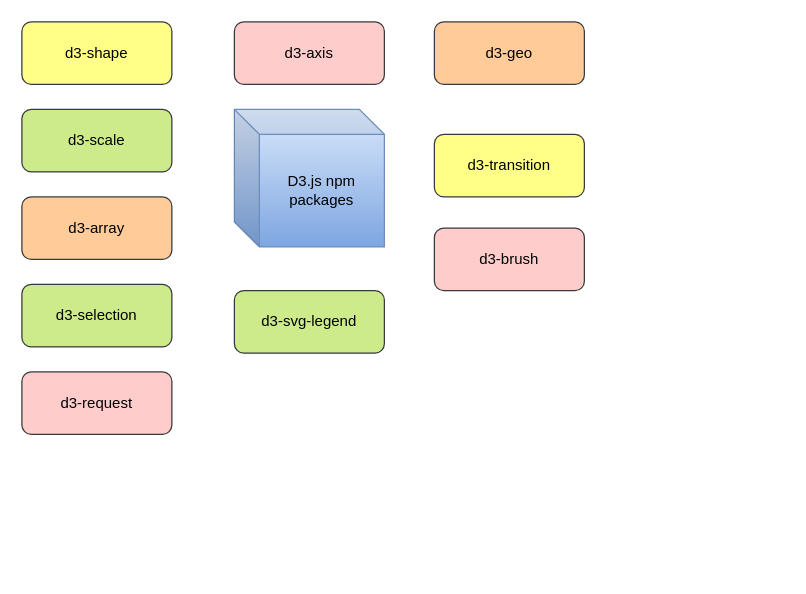
This is page "D3 Packages" (3 of 6) of My Articles/d3/D3 Understanding.drawio from anbarasan-raji/books, a draw.io file, before an edit. Source tidied: cells renumbered, new cells numbered last; positions are measured from the earlier drawing's top-left corner, leaving out a move shared by most shapes. Both pictures are drawn from the tidied source at 125%, with x=0, y=0 at pixel (21, 21).
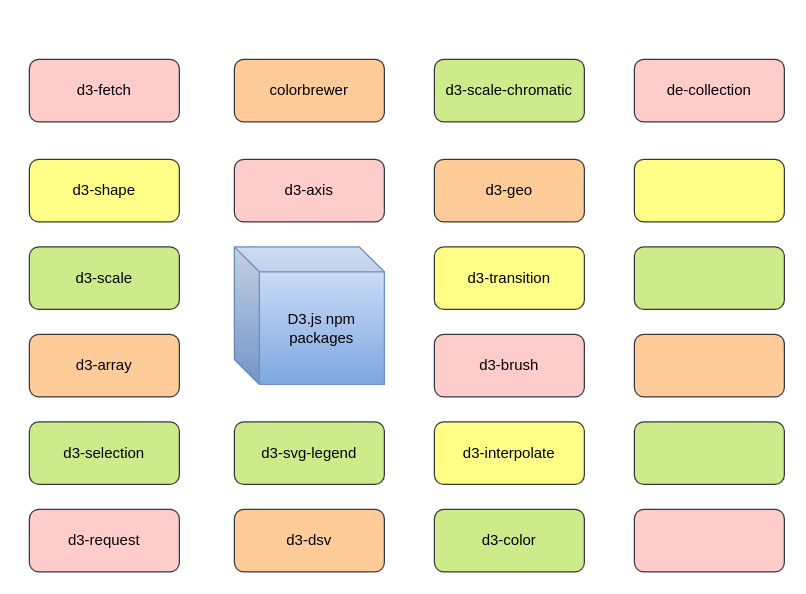
The same page after the edit.

What changed in the source:
```diff
@@
     <mxCell id="2" value="D3.js npm packages" style="shape=cube;whiteSpace=wrap;html=1;boundedLbl=1;backgroundOutline=1;darkOpacity=0.05;darkOpacity2=0.1;gradientColor=#7ea6e0;fillColor=#dae8fc;strokeColor=#6c8ebf;" parent="1" vertex="1">
-      <mxGeometry x="170" y="70" width="120" height="110" as="geometry" />
+      <mxGeometry x="170" y="180" width="120" height="110" as="geometry" />
     </mxCell>
     <mxCell id="3" value="d3-shape" style="rounded=1;whiteSpace=wrap;html=1;fillColor=#ffff88;strokeColor=#36393d;" parent="1" vertex="1">
-      <mxGeometry width="120" height="50" as="geometry" />
+      <mxGeometry x="6" y="110" width="120" height="50" as="geometry" />
     </mxCell>
     <mxCell id="4" value="d3-selection" style="rounded=1;whiteSpace=wrap;html=1;fillColor=#cdeb8b;strokeColor=#36393d;" parent="1" vertex="1">
-      <mxGeometry y="210" width="120" height="50" as="geometry" />
+      <mxGeometry x="6" y="320" width="120" height="50" as="geometry" />
     </mxCell>
     <mxCell id="5" value="d3-array" style="rounded=1;whiteSpace=wrap;html=1;fillColor=#ffcc99;strokeColor=#36393d;" parent="1" vertex="1">
-      <mxGeometry y="140" width="120" height="50" as="geometry" />
+      <mxGeometry x="6" y="250" width="120" height="50" as="geometry" />
     </mxCell>
     <mxCell id="6" value="d3-scale" style="rounded=1;whiteSpace=wrap;html=1;fillColor=#cdeb8b;strokeColor=#36393d;" parent="1" vertex="1">
-      <mxGeometry y="70" width="120" height="50" as="geometry" />
+      <mxGeometry x="6" y="180" width="120" height="50" as="geometry" />
     </mxCell>
     <mxCell id="7" value="d3-axis" style="rounded=1;whiteSpace=wrap;html=1;fillColor=#ffcccc;strokeColor=#36393d;" parent="1" vertex="1">
-      <mxGeometry x="170" width="120" height="50" as="geometry" />
+      <mxGeometry x="170" y="110" width="120" height="50" as="geometry" />
     </mxCell>
     <mxCell id="8" value="d3-brush" style="rounded=1;whiteSpace=wrap;html=1;fillColor=#ffcccc;strokeColor=#36393d;" parent="1" vertex="1">
-      <mxGeometry x="330" y="165" width="120" height="50" as="geometry" />
+      <mxGeometry x="330" y="250" width="120" height="50" as="geometry" />
     </mxCell>
     <mxCell id="9" value="d3-geo" style="rounded=1;whiteSpace=wrap;html=1;fillColor=#ffcc99;strokeColor=#36393d;" parent="1" vertex="1">
-      <mxGeometry x="330" width="120" height="50" as="geometry" />
+      <mxGeometry x="330" y="110" width="120" height="50" as="geometry" />
     </mxCell>
     <mxCell id="10" value="d3-transition" style="rounded=1;whiteSpace=wrap;html=1;fillColor=#ffff88;strokeColor=#36393d;" parent="1" vertex="1">
-      <mxGeometry x="330" y="90" width="120" height="50" as="geometry" />
+      <mxGeometry x="330" y="180" width="120" height="50" as="geometry" />
     </mxCell>
     <mxCell id="11" value="d3-svg-legend" style="rounded=1;whiteSpace=wrap;html=1;fillColor=#cdeb8b;strokeColor=#36393d;" parent="1" vertex="1">
-      <mxGeometry x="170" y="215" width="120" height="50" as="geometry" />
+      <mxGeometry x="170" y="320" width="120" height="50" as="geometry" />
     </mxCell>
     <mxCell id="12" value="d3-request" style="rounded=1;whiteSpace=wrap;html=1;fillColor=#ffcccc;strokeColor=#36393d;" parent="1" vertex="1">
-      <mxGeometry y="280" width="120" height="50" as="geometry" />
+      <mxGeometry x="6" y="390" width="120" height="50" as="geometry" />
     </mxCell>
+    <mxCell id="13" value="d3-dsv" style="rounded=1;whiteSpace=wrap;html=1;fillColor=#ffcc99;strokeColor=#36393d;" parent="1" vertex="1">
+      <mxGeometry x="170" y="390" width="120" height="50" as="geometry" />
+    </mxCell>
+    <mxCell id="14" value="d3-color" style="rounded=1;whiteSpace=wrap;html=1;fillColor=#cdeb8b;strokeColor=#36393d;" parent="1" vertex="1">
+      <mxGeometry x="330" y="390" width="120" height="50" as="geometry" />
+    </mxCell>
+    <mxCell id="15" value="d3-interpolate" style="rounded=1;whiteSpace=wrap;html=1;fillColor=#ffff88;strokeColor=#36393d;" parent="1" vertex="1">
+      <mxGeometry x="330" y="320" width="120" height="50" as="geometry" />
+    </mxCell>
+    <mxCell id="16" value="d3-fetch" style="rounded=1;whiteSpace=wrap;html=1;fillColor=#ffcccc;strokeColor=#36393d;" parent="1" vertex="1">
+      <mxGeometry x="6" y="30" width="120" height="50" as="geometry" />
+    </mxCell>
+    <mxCell id="17" value="colorbrewer" style="rounded=1;whiteSpace=wrap;html=1;fillColor=#ffcc99;strokeColor=#36393d;" parent="1" vertex="1">
+      <mxGeometry x="170" y="30" width="120" height="50" as="geometry" />
+    </mxCell>
+    <mxCell id="18" value="d3-scale-chromatic" style="rounded=1;whiteSpace=wrap;html=1;fillColor=#cdeb8b;strokeColor=#36393d;" parent="1" vertex="1">
+      <mxGeometry x="330" y="30" width="120" height="50" as="geometry" />
+    </mxCell>
+    <mxCell id="19" style="rounded=1;whiteSpace=wrap;html=1;fillColor=#ffff88;strokeColor=#36393d;" parent="1" vertex="1">
+      <mxGeometry x="490" y="110" width="120" height="50" as="geometry" />
+    </mxCell>
+    <mxCell id="20" style="rounded=1;whiteSpace=wrap;html=1;fillColor=#cdeb8b;strokeColor=#36393d;" parent="1" vertex="1">
+      <mxGeometry x="490" y="320" width="120" height="50" as="geometry" />
+    </mxCell>
+    <mxCell id="21" style="rounded=1;whiteSpace=wrap;html=1;fillColor=#ffcc99;strokeColor=#36393d;" parent="1" vertex="1">
+      <mxGeometry x="490" y="250" width="120" height="50" as="geometry" />
+    </mxCell>
+    <mxCell id="22" style="rounded=1;whiteSpace=wrap;html=1;fillColor=#cdeb8b;strokeColor=#36393d;" parent="1" vertex="1">
+      <mxGeometry x="490" y="180" width="120" height="50" as="geometry" />
+    </mxCell>
+    <mxCell id="23" style="rounded=1;whiteSpace=wrap;html=1;fillColor=#ffcccc;strokeColor=#36393d;" parent="1" vertex="1">
+      <mxGeometry x="490" y="390" width="120" height="50" as="geometry" />
+    </mxCell>
+    <mxCell id="24" value="de-collection" style="rounded=1;whiteSpace=wrap;html=1;fillColor=#ffcccc;strokeColor=#36393d;" parent="1" vertex="1">
+      <mxGeometry x="490" y="30" width="120" height="50" as="geometry" />
+    </mxCell>
```
